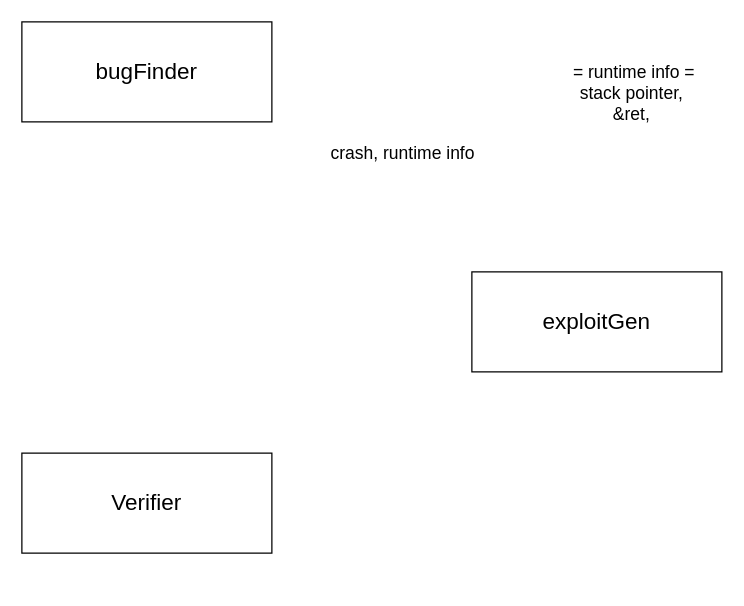
fr0g2s/simpleAEG keeps this draw.io diagram as v.0.1/simpleAEG.drawio. Above is the earlier version. Source tidied: cells renumbered, new cells numbered last; positions are measured from the earlier drawing's top-left corner, leaving out a move shared by most shapes. Both pictures are drawn from the tidied source at 125%, with x=0, y=0 at pixel (21, 21).
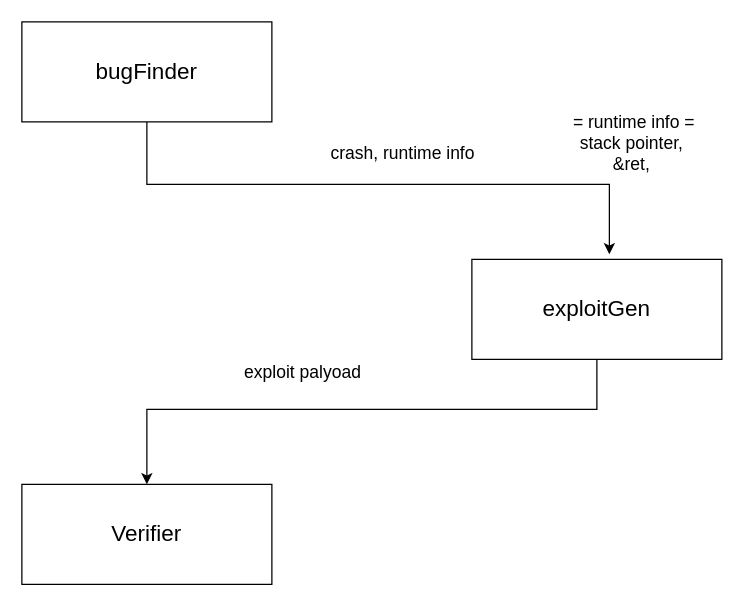
The same page after the edit.

Change to the diagram source:
```diff
@@
 <mxGraphModel>
   <root>
     <mxCell id="0" />
     <mxCell id="1" parent="0" />
+    <mxCell id="7" style="edgeStyle=orthogonalEdgeStyle;rounded=0;jettySize=auto;html=1;" parent="1" edge="1" source="2">
+      <mxGeometry relative="1" as="geometry">
+        <mxPoint x="470" y="186" as="targetPoint" />
+        <Array as="points">
+          <mxPoint x="100" y="130" />
+          <mxPoint x="470" y="130" />
+        </Array>
+      </mxGeometry>
+    </mxCell>
     <mxCell id="2" value="&lt;font style=&quot;font-size: 18px&quot;&gt;bugFinder&lt;/font&gt;" style="rounded=0;whiteSpace=wrap;html=1;" parent="1" vertex="1">
       <mxGeometry width="200" height="80" as="geometry" />
     </mxCell>
+    <mxCell id="8" style="edgeStyle=orthogonalEdgeStyle;rounded=0;jettySize=auto;html=1;entryX=0.5;entryY=0;entryDx=0;entryDy=0;" parent="1" edge="1" source="3" target="6">
+      <mxGeometry relative="1" as="geometry">
+        <Array as="points">
+          <mxPoint x="460" y="310" />
+          <mxPoint x="100" y="310" />
+        </Array>
+      </mxGeometry>
+    </mxCell>
     <mxCell id="3" value="&lt;span style=&quot;font-size: 18px&quot;&gt;exploitGen&lt;/span&gt;" style="rounded=0;whiteSpace=wrap;html=1;" parent="1" vertex="1">
-      <mxGeometry x="360" y="200" width="200" height="80" as="geometry" />
+      <mxGeometry x="360" y="190" width="200" height="80" as="geometry" />
     </mxCell>
     <mxCell id="4" value="&lt;font style=&quot;font-size: 14px&quot;&gt;crash, runtime info&lt;br&gt;&lt;/font&gt;" style="text;html=1;strokeColor=none;fillColor=none;align=center;verticalAlign=middle;whiteSpace=wrap;rounded=0;" parent="1" vertex="1">
       <mxGeometry x="240" y="85" width="130" height="40" as="geometry" />
     </mxCell>
     <mxCell id="5" value="&lt;font style=&quot;font-size: 14px&quot;&gt;= runtime info =&lt;br&gt;stack pointer,&amp;nbsp;&lt;br&gt;&amp;amp;ret,&amp;nbsp;&lt;br&gt;&lt;br&gt;&lt;/font&gt;" style="text;html=1;strokeColor=none;fillColor=none;align=center;verticalAlign=middle;whiteSpace=wrap;rounded=0;" parent="1" vertex="1">
-      <mxGeometry x="430" y="20" width="120" height="90" as="geometry" />
+      <mxGeometry x="430" y="60" width="120" height="90" as="geometry" />
     </mxCell>
     <mxCell id="6" value="&lt;span style=&quot;font-size: 18px&quot;&gt;Verifier&lt;/span&gt;" style="rounded=0;whiteSpace=wrap;html=1;" parent="1" vertex="1">
-      <mxGeometry y="345" width="200" height="80" as="geometry" />
+      <mxGeometry y="370" width="200" height="80" as="geometry" />
     </mxCell>
+    <mxCell id="9" value="&lt;font style=&quot;font-size: 14px&quot;&gt;exploit palyoad&lt;br&gt;&lt;/font&gt;" style="text;html=1;strokeColor=none;fillColor=none;align=center;verticalAlign=middle;whiteSpace=wrap;rounded=0;" parent="1" vertex="1">
+      <mxGeometry x="150" y="250" width="150" height="60" as="geometry" />
+    </mxCell>
   </root>
 </mxGraphModel>
```
